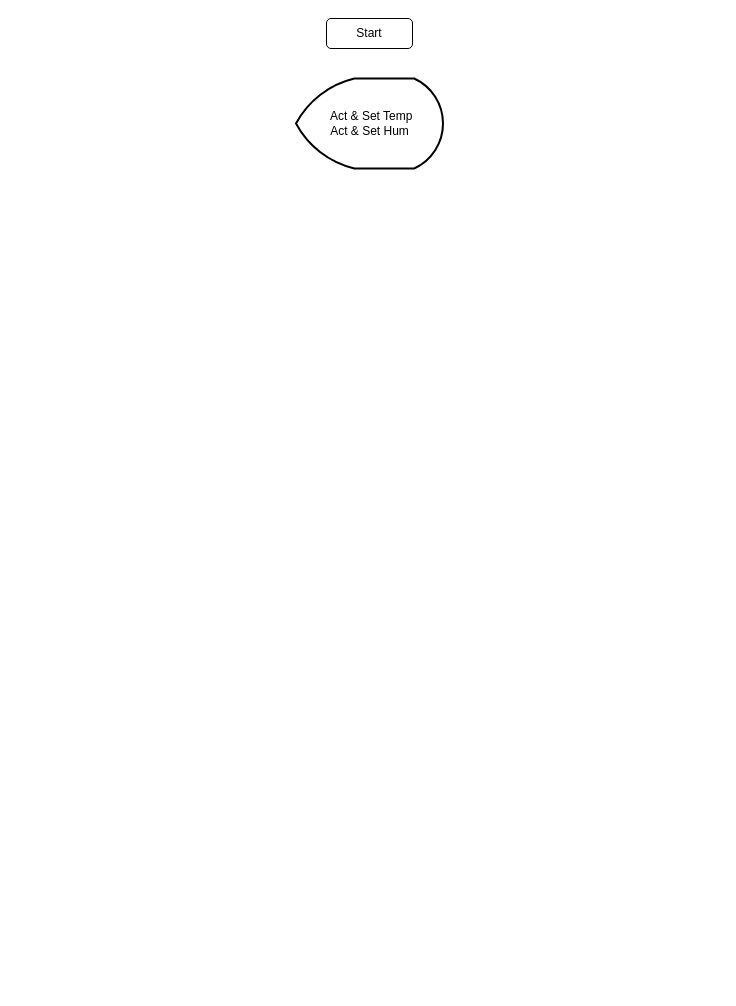
Earlier version of the draw.io diagram page "Page-1" (1 of 2) of Embedded Climate Control.drawio (aufarachman39/Flowchart-PA). Source tidied: cells renumbered, new cells numbered last; positions are measured from the earlier drawing's top-left corner, leaving out a move shared by most shapes. Both pictures are drawn from the tidied source at 100%, with x=0, y=0 at pixel (296, 18).
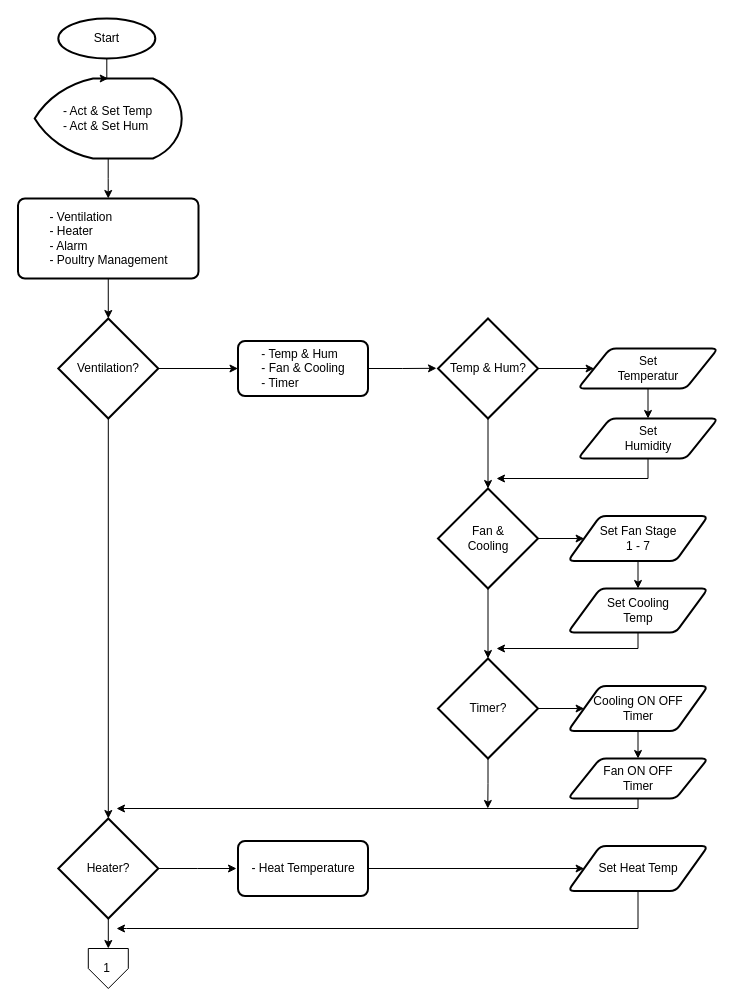
Above is the later version.

Change to the diagram source:
```diff
@@
+    <mxCell id="4" style="edgeStyle=orthogonalEdgeStyle;rounded=0;jettySize=auto;html=1;exitX=0.5;exitY=1;exitDx=0;exitDy=0;exitPerimeter=0;entryX=0.5;entryY=0;entryDx=0;entryDy=0;" parent="1" edge="1" source="3" target="6">
+      <mxGeometry relative="1" as="geometry" />
+    </mxCell>
+    <mxCell id="3" value="&lt;div align=&quot;left&quot;&gt;- Act &amp;amp; Set Temp&lt;/div&gt;&lt;div align=&quot;left&quot;&gt;- Act &amp;amp; Set Hum&lt;/div&gt;" style="strokeWidth=2;html=1;shape=mxgraph.flowchart.display;whiteSpace=wrap;" parent="1" vertex="1">
+      <mxGeometry x="-261.8" y="60" width="147" height="80" as="geometry" />
+    </mxCell>
+    <mxCell id="5" style="edgeStyle=orthogonalEdgeStyle;rounded=0;jettySize=auto;html=1;exitX=0.5;exitY=1;exitDx=0;exitDy=0;entryX=0.5;entryY=0;entryDx=0;entryDy=0;entryPerimeter=0;" parent="1" edge="1" source="6" target="10">
+      <mxGeometry relative="1" as="geometry" />
+    </mxCell>
+    <mxCell id="6" value="&lt;div align=&quot;left&quot;&gt;- Ventilation&lt;/div&gt;&lt;div align=&quot;left&quot;&gt;- Heater&lt;/div&gt;&lt;div align=&quot;left&quot;&gt;- Alarm&lt;br&gt;&lt;/div&gt;&lt;div align=&quot;left&quot;&gt;- Poultry Management&lt;br&gt;&lt;/div&gt;" style="rounded=1;whiteSpace=wrap;html=1;absoluteArcSize=1;arcSize=14;strokeWidth=2;align=center;" parent="1" vertex="1">
+      <mxGeometry x="-278.5" y="180" width="180.5" height="80" as="geometry" />
+    </mxCell>
+    <mxCell id="7" style="edgeStyle=orthogonalEdgeStyle;rounded=0;jettySize=auto;html=1;exitX=0.5;exitY=1;exitDx=0;exitDy=0;exitPerimeter=0;" parent="1" edge="1" source="2" target="3">
+      <mxGeometry relative="1" as="geometry" />
+    </mxCell>
-    <mxCell id="2" value="Start" style="rounded=1;whiteSpace=wrap;html=1;" parent="1" vertex="1">
-      <mxGeometry x="30" width="86" height="30" as="geometry" />
+    <mxCell id="2" value="Start" style="strokeWidth=2;html=1;shape=mxgraph.flowchart.start_1;whiteSpace=wrap;" parent="1" vertex="1">
+      <mxGeometry x="-238.2" width="97" height="40" as="geometry" />
     </mxCell>
-    <mxCell id="3" value="&lt;div&gt;&amp;nbsp;Act &amp;amp; Set Temp&lt;/div&gt;&lt;div&gt;Act &amp;amp; Set Hum&lt;br&gt;&lt;/div&gt;" style="strokeWidth=2;html=1;shape=mxgraph.flowchart.display;whiteSpace=wrap;" parent="1" vertex="1">
-      <mxGeometry x="-0.5" y="60" width="147" height="90" as="geometry" />
-    </mxCell>
+    <mxCell id="8" style="edgeStyle=orthogonalEdgeStyle;rounded=0;jettySize=auto;html=1;exitX=0.5;exitY=1;exitDx=0;exitDy=0;exitPerimeter=0;entryX=0.5;entryY=0;entryDx=0;entryDy=0;entryPerimeter=0;" parent="1" edge="1" source="10" target="34">
+      <mxGeometry relative="1" as="geometry" />
+    </mxCell>
+    <mxCell id="9" style="edgeStyle=orthogonalEdgeStyle;rounded=0;jettySize=auto;html=1;exitX=1;exitY=0.5;exitDx=0;exitDy=0;exitPerimeter=0;entryX=0;entryY=0.5;entryDx=0;entryDy=0;" parent="1" edge="1" source="10" target="12">
+      <mxGeometry relative="1" as="geometry" />
+    </mxCell>
+    <mxCell id="10" value="Ventilation?" style="strokeWidth=2;html=1;shape=mxgraph.flowchart.decision;whiteSpace=wrap;" parent="1" vertex="1">
+      <mxGeometry x="-238.2" y="300" width="100" height="100" as="geometry" />
+    </mxCell>
+    <mxCell id="11" style="edgeStyle=orthogonalEdgeStyle;rounded=0;jettySize=auto;html=1;exitX=1;exitY=0.5;exitDx=0;exitDy=0;" parent="1" edge="1" source="12">
+      <mxGeometry relative="1" as="geometry">
+        <mxPoint x="140" y="349.8" as="targetPoint" />
+      </mxGeometry>
+    </mxCell>
+    <mxCell id="12" value="&lt;div align=&quot;left&quot;&gt;- Temp &amp;amp; Hum&lt;br&gt;&lt;/div&gt;&lt;div align=&quot;left&quot;&gt;- Fan &amp;amp; Cooling&lt;br&gt;&lt;/div&gt;&lt;div align=&quot;left&quot;&gt;- Timer&lt;br&gt;&lt;/div&gt;" style="rounded=1;whiteSpace=wrap;html=1;absoluteArcSize=1;arcSize=14;strokeWidth=2;" parent="1" vertex="1">
+      <mxGeometry x="-58.5" y="322.5" width="130" height="55" as="geometry" />
+    </mxCell>
+    <mxCell id="13" style="edgeStyle=orthogonalEdgeStyle;rounded=0;jettySize=auto;html=1;exitX=1;exitY=0.5;exitDx=0;exitDy=0;exitPerimeter=0;entryX=0;entryY=0.5;entryDx=0;entryDy=0;" parent="1" edge="1" source="15" target="17">
+      <mxGeometry relative="1" as="geometry" />
+    </mxCell>
+    <mxCell id="14" style="edgeStyle=orthogonalEdgeStyle;rounded=0;jettySize=auto;html=1;exitX=0.5;exitY=1;exitDx=0;exitDy=0;exitPerimeter=0;entryX=0.5;entryY=0;entryDx=0;entryDy=0;entryPerimeter=0;" parent="1" edge="1" source="15" target="22">
+      <mxGeometry relative="1" as="geometry" />
+    </mxCell>
+    <mxCell id="15" value="Temp &amp;amp; Hum?" style="strokeWidth=2;html=1;shape=mxgraph.flowchart.decision;whiteSpace=wrap;" parent="1" vertex="1">
+      <mxGeometry x="141.5" y="300" width="100" height="100" as="geometry" />
+    </mxCell>
+    <mxCell id="16" style="edgeStyle=orthogonalEdgeStyle;rounded=0;jettySize=auto;html=1;exitX=0.5;exitY=1;exitDx=0;exitDy=0;entryX=0.5;entryY=0;entryDx=0;entryDy=0;" parent="1" edge="1" source="17" target="19">
+      <mxGeometry relative="1" as="geometry" />
+    </mxCell>
+    <mxCell id="17" value="&lt;div&gt;Set&lt;/div&gt;&lt;div&gt;Temperatur&lt;/div&gt;" style="shape=parallelogram;html=1;strokeWidth=2;perimeter=parallelogramPerimeter;whiteSpace=wrap;rounded=1;arcSize=12;size=0.23;" parent="1" vertex="1">
+      <mxGeometry x="281.5" y="330" width="140" height="40" as="geometry" />
+    </mxCell>
+    <mxCell id="18" style="edgeStyle=orthogonalEdgeStyle;rounded=0;jettySize=auto;html=1;exitX=0.5;exitY=1;exitDx=0;exitDy=0;" parent="1" edge="1" source="19">
+      <mxGeometry relative="1" as="geometry">
+        <mxPoint x="200" y="460" as="targetPoint" />
+        <Array as="points">
+          <mxPoint x="351" y="460" />
+          <mxPoint x="200" y="460" />
+        </Array>
+      </mxGeometry>
+    </mxCell>
+    <mxCell id="19" value="&lt;div&gt;Set&lt;/div&gt;&lt;div&gt;Humidity&lt;br&gt;&lt;/div&gt;" style="shape=parallelogram;html=1;strokeWidth=2;perimeter=parallelogramPerimeter;whiteSpace=wrap;rounded=1;arcSize=12;size=0.23;" parent="1" vertex="1">
+      <mxGeometry x="281.5" y="400" width="140" height="40" as="geometry" />
+    </mxCell>
+    <mxCell id="20" style="edgeStyle=orthogonalEdgeStyle;rounded=0;jettySize=auto;html=1;exitX=1;exitY=0.5;exitDx=0;exitDy=0;exitPerimeter=0;entryX=0;entryY=0.5;entryDx=0;entryDy=0;" parent="1" edge="1" source="22" target="24">
+      <mxGeometry relative="1" as="geometry" />
+    </mxCell>
+    <mxCell id="21" style="edgeStyle=orthogonalEdgeStyle;rounded=0;jettySize=auto;html=1;exitX=0.5;exitY=1;exitDx=0;exitDy=0;exitPerimeter=0;entryX=0.5;entryY=0;entryDx=0;entryDy=0;entryPerimeter=0;" parent="1" edge="1" source="22" target="27">
+      <mxGeometry relative="1" as="geometry" />
+    </mxCell>
+    <mxCell id="22" value="&lt;div&gt;Fan &amp;amp;&lt;/div&gt;&lt;div&gt;Cooling&lt;br&gt;&lt;/div&gt;" style="strokeWidth=2;html=1;shape=mxgraph.flowchart.decision;whiteSpace=wrap;" parent="1" vertex="1">
+      <mxGeometry x="141.5" y="470" width="100" height="100" as="geometry" />
+    </mxCell>
+    <mxCell id="23" style="edgeStyle=orthogonalEdgeStyle;rounded=0;jettySize=auto;html=1;exitX=0.5;exitY=1;exitDx=0;exitDy=0;entryX=0.5;entryY=0;entryDx=0;entryDy=0;" parent="1" edge="1" source="24" target="38">
+      <mxGeometry relative="1" as="geometry" />
+    </mxCell>
+    <mxCell id="24" value="&lt;div&gt;Set Fan Stage &lt;br&gt;&lt;/div&gt;&lt;div&gt;1 - 7&lt;br&gt;&lt;/div&gt;" style="shape=parallelogram;html=1;strokeWidth=2;perimeter=parallelogramPerimeter;whiteSpace=wrap;rounded=1;arcSize=12;size=0.23;" parent="1" vertex="1">
+      <mxGeometry x="271.5" y="497.5" width="140" height="45" as="geometry" />
+    </mxCell>
+    <mxCell id="25" style="edgeStyle=orthogonalEdgeStyle;rounded=0;jettySize=auto;html=1;exitX=1;exitY=0.5;exitDx=0;exitDy=0;exitPerimeter=0;entryX=0;entryY=0.5;entryDx=0;entryDy=0;" parent="1" edge="1" source="27" target="29">
+      <mxGeometry relative="1" as="geometry" />
+    </mxCell>
+    <mxCell id="26" style="edgeStyle=orthogonalEdgeStyle;rounded=0;jettySize=auto;html=1;exitX=0.5;exitY=1;exitDx=0;exitDy=0;exitPerimeter=0;" parent="1" edge="1" source="27">
+      <mxGeometry relative="1" as="geometry">
+        <mxPoint x="191.3" y="790" as="targetPoint" />
+      </mxGeometry>
+    </mxCell>
+    <mxCell id="27" value="Timer?" style="strokeWidth=2;html=1;shape=mxgraph.flowchart.decision;whiteSpace=wrap;" parent="1" vertex="1">
+      <mxGeometry x="141.5" y="640" width="100" height="100" as="geometry" />
+    </mxCell>
+    <mxCell id="28" style="edgeStyle=orthogonalEdgeStyle;rounded=0;jettySize=auto;html=1;exitX=0.5;exitY=1;exitDx=0;exitDy=0;entryX=0.5;entryY=0;entryDx=0;entryDy=0;" parent="1" edge="1" source="29" target="31">
+      <mxGeometry relative="1" as="geometry" />
+    </mxCell>
+    <mxCell id="29" value="&lt;div&gt;Cooling ON OFF&lt;/div&gt;Timer" style="shape=parallelogram;html=1;strokeWidth=2;perimeter=parallelogramPerimeter;whiteSpace=wrap;rounded=1;arcSize=12;size=0.23;" parent="1" vertex="1">
+      <mxGeometry x="271.5" y="667.5" width="140" height="45" as="geometry" />
+    </mxCell>
+    <mxCell id="30" style="edgeStyle=orthogonalEdgeStyle;rounded=0;jettySize=auto;html=1;exitX=0.5;exitY=1;exitDx=0;exitDy=0;" parent="1" edge="1" source="31">
+      <mxGeometry relative="1" as="geometry">
+        <mxPoint x="-180" y="790" as="targetPoint" />
+        <Array as="points">
+          <mxPoint x="342" y="790" />
+        </Array>
+      </mxGeometry>
+    </mxCell>
+    <mxCell id="31" value="&lt;div&gt;Fan ON OFF&lt;/div&gt;Timer" style="shape=parallelogram;html=1;strokeWidth=2;perimeter=parallelogramPerimeter;whiteSpace=wrap;rounded=1;arcSize=12;size=0.23;" parent="1" vertex="1">
+      <mxGeometry x="271.5" y="740" width="140" height="40" as="geometry" />
+    </mxCell>
+    <mxCell id="32" style="edgeStyle=orthogonalEdgeStyle;rounded=0;jettySize=auto;html=1;exitX=0.5;exitY=1;exitDx=0;exitDy=0;exitPerimeter=0;entryX=0.5;entryY=0;entryDx=0;entryDy=0;" parent="1" edge="1" source="34" target="39">
+      <mxGeometry relative="1" as="geometry" />
+    </mxCell>
+    <mxCell id="33" style="edgeStyle=orthogonalEdgeStyle;rounded=0;jettySize=auto;html=1;exitX=1;exitY=0.5;exitDx=0;exitDy=0;exitPerimeter=0;" parent="1" edge="1" source="34">
+      <mxGeometry relative="1" as="geometry">
+        <mxPoint x="-60" y="850" as="targetPoint" />
+      </mxGeometry>
+    </mxCell>
+    <mxCell id="34" value="Heater?" style="strokeWidth=2;html=1;shape=mxgraph.flowchart.decision;whiteSpace=wrap;" parent="1" vertex="1">
+      <mxGeometry x="-238.2" y="800" width="100" height="100" as="geometry" />
+    </mxCell>
+    <mxCell id="35" style="edgeStyle=orthogonalEdgeStyle;rounded=0;jettySize=auto;html=1;exitX=0.5;exitY=1;exitDx=0;exitDy=0;" parent="1" edge="1" source="36">
+      <mxGeometry relative="1" as="geometry">
+        <mxPoint x="-180" y="910" as="targetPoint" />
+        <Array as="points">
+          <mxPoint x="342" y="910" />
+          <mxPoint x="-170" y="910" />
+        </Array>
+      </mxGeometry>
+    </mxCell>
+    <mxCell id="36" value="Set Heat Temp" style="shape=parallelogram;html=1;strokeWidth=2;perimeter=parallelogramPerimeter;whiteSpace=wrap;rounded=1;arcSize=12;size=0.23;" parent="1" vertex="1">
+      <mxGeometry x="271.5" y="827.5" width="140" height="45" as="geometry" />
+    </mxCell>
+    <mxCell id="37" style="edgeStyle=orthogonalEdgeStyle;rounded=0;jettySize=auto;html=1;exitX=0.5;exitY=1;exitDx=0;exitDy=0;" parent="1" edge="1" source="38">
+      <mxGeometry relative="1" as="geometry">
+        <mxPoint x="200" y="630" as="targetPoint" />
+        <Array as="points">
+          <mxPoint x="342" y="630" />
+        </Array>
+      </mxGeometry>
+    </mxCell>
+    <mxCell id="38" value="&lt;div&gt;Set Cooling&lt;/div&gt;&lt;div&gt;Temp&lt;br&gt;&lt;/div&gt;" style="shape=parallelogram;html=1;strokeWidth=2;perimeter=parallelogramPerimeter;whiteSpace=wrap;rounded=1;arcSize=12;size=0.23;" parent="1" vertex="1">
+      <mxGeometry x="271.5" y="570" width="140" height="44" as="geometry" />
+    </mxCell>
+    <mxCell id="39" style="verticalLabelPosition=bottom;verticalAlign=top;html=1;shape=offPageConnector;rounded=0;size=0.5;" parent="1" vertex="1">
+      <mxGeometry x="-208.2" y="930" width="40" height="40" as="geometry" />
+    </mxCell>
+    <mxCell id="40" value="1" style="text;html=1;align=center;verticalAlign=middle;" parent="1" vertex="1">
+      <mxGeometry x="-199.8" y="940" width="20" height="20" as="geometry" />
+    </mxCell>
+    <mxCell id="41" style="edgeStyle=orthogonalEdgeStyle;rounded=0;jettySize=auto;html=1;exitX=1;exitY=0.5;exitDx=0;exitDy=0;entryX=0;entryY=0.5;entryDx=0;entryDy=0;" parent="1" edge="1" source="42" target="36">
+      <mxGeometry relative="1" as="geometry" />
+    </mxCell>
+    <mxCell id="42" value="&lt;div align=&quot;left&quot;&gt;- Heat Temperature&lt;br&gt;&lt;/div&gt;" style="rounded=1;whiteSpace=wrap;html=1;absoluteArcSize=1;arcSize=14;strokeWidth=2;" parent="1" vertex="1">
+      <mxGeometry x="-58.5" y="822.5" width="130" height="55" as="geometry" />
+    </mxCell>
```
